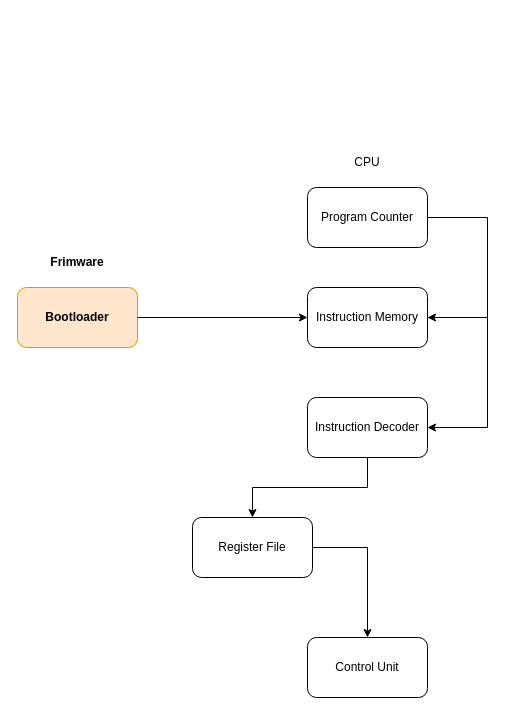
The draw.io diagram Genesis.drawio in brilliantnarlo/system-design, before the edit. Source tidied: cells renumbered, new cells numbered last; positions are measured from the earlier drawing's top-left corner, leaving out a move shared by most shapes. Both pictures are drawn from the tidied source at 100%, with x=0, y=0 at pixel (17, 147).
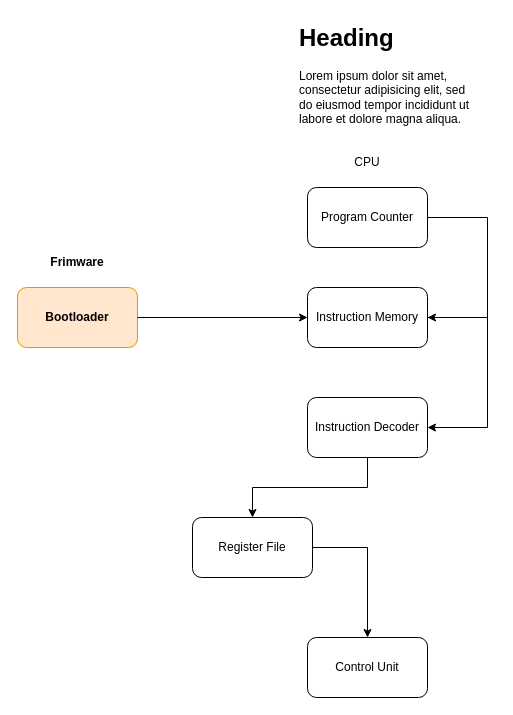
Above is the later version.

What changed in the source:
```diff
@@
 <mxGraphModel>
   <root>
     <mxCell id="0" />
     <mxCell id="1" parent="0" />
     <mxCell id="2" value="Program Counter" style="rounded=1;whiteSpace=wrap;html=1;" parent="1" vertex="1">
       <mxGeometry x="290" y="40" width="120" height="60" as="geometry" />
     </mxCell>
     <mxCell id="3" value="Bootloader" style="rounded=1;whiteSpace=wrap;html=1;fillColor=#ffe6cc;strokeColor=#d79b00;fontStyle=1;" parent="1" vertex="1">
       <mxGeometry y="140" width="120" height="60" as="geometry" />
     </mxCell>
     <mxCell id="4" value="CPU" style="text;html=1;whiteSpace=wrap;strokeColor=none;fillColor=none;align=center;verticalAlign=middle;rounded=0;" parent="1" vertex="1">
       <mxGeometry x="320" width="60" height="30" as="geometry" />
     </mxCell>
     <mxCell id="5" value="Frimware" style="text;html=1;whiteSpace=wrap;strokeColor=none;fillColor=none;align=center;verticalAlign=middle;rounded=0;fontStyle=1;" parent="1" vertex="1">
       <mxGeometry x="30" y="100" width="60" height="30" as="geometry" />
     </mxCell>
     <mxCell id="6" value="Instruction Memory" style="rounded=1;whiteSpace=wrap;html=1;" parent="1" vertex="1">
       <mxGeometry x="290" y="140" width="120" height="60" as="geometry" />
     </mxCell>
     <mxCell id="7" value="Instruction Decoder" style="rounded=1;whiteSpace=wrap;html=1;" parent="1" vertex="1">
       <mxGeometry x="290" y="250" width="120" height="60" as="geometry" />
     </mxCell>
     <mxCell id="8" style="endArrow=classic;html=1;rounded=0;exitX=1;exitY=0.5;exitDx=0;exitDy=0;entryX=1;entryY=0.5;entryDx=0;entryDy=0;edgeStyle=orthogonalEdgeStyle;" parent="1" edge="1" source="2" target="6">
       <mxGeometry relative="1" as="geometry">
         <Array as="points">
           <mxPoint x="470" y="70" />
           <mxPoint x="470" y="170" />
         </Array>
       </mxGeometry>
     </mxCell>
     <mxCell id="9" style="endArrow=classic;html=1;rounded=0;exitX=1;exitY=0.5;exitDx=0;exitDy=0;entryX=1;entryY=0.5;entryDx=0;entryDy=0;edgeStyle=orthogonalEdgeStyle;" parent="1" edge="1" source="6" target="7">
       <mxGeometry relative="1" as="geometry">
         <Array as="points">
           <mxPoint x="470" y="170" />
           <mxPoint x="470" y="280" />
         </Array>
       </mxGeometry>
     </mxCell>
     <mxCell id="10" style="endArrow=classic;html=1;rounded=0;exitX=1;exitY=0.5;exitDx=0;exitDy=0;entryX=0;entryY=0.5;entryDx=0;entryDy=0;" parent="1" edge="1" source="3" target="6">
       <mxGeometry relative="1" as="geometry" />
     </mxCell>
     <mxCell id="11" value="Register File" style="rounded=1;whiteSpace=wrap;html=1;" parent="1" vertex="1">
       <mxGeometry x="175" y="370" width="120" height="60" as="geometry" />
     </mxCell>
     <mxCell id="12" value="Control Unit" style="rounded=1;whiteSpace=wrap;html=1;" parent="1" vertex="1">
       <mxGeometry x="290" y="490" width="120" height="60" as="geometry" />
     </mxCell>
     <mxCell id="13" style="endArrow=classic;html=1;rounded=0;exitX=0.5;exitY=1;exitDx=0;exitDy=0;entryX=0.5;entryY=0;entryDx=0;entryDy=0;edgeStyle=orthogonalEdgeStyle;" parent="1" edge="1" source="7" target="11">
       <mxGeometry relative="1" as="geometry" />
     </mxCell>
     <mxCell id="14" style="endArrow=classic;html=1;rounded=0;exitX=1;exitY=0.5;exitDx=0;exitDy=0;entryX=0.5;entryY=0;entryDx=0;entryDy=0;edgeStyle=orthogonalEdgeStyle;" parent="1" edge="1" source="11" target="12">
       <mxGeometry relative="1" as="geometry" />
     </mxCell>
+    <mxCell id="15" value="&lt;h1 style=&quot;margin-top: 0px;&quot;&gt;Heading&lt;/h1&gt;&lt;p&gt;Lorem ipsum dolor sit amet, consectetur adipisicing elit, sed do eiusmod tempor incididunt ut labore et dolore magna aliqua.&lt;/p&gt;" style="text;html=1;whiteSpace=wrap;overflow=hidden;rounded=0;" parent="1" vertex="1">
+      <mxGeometry x="280" y="-130" width="180" height="120" as="geometry" />
+    </mxCell>
   </root>
 </mxGraphModel>
```
